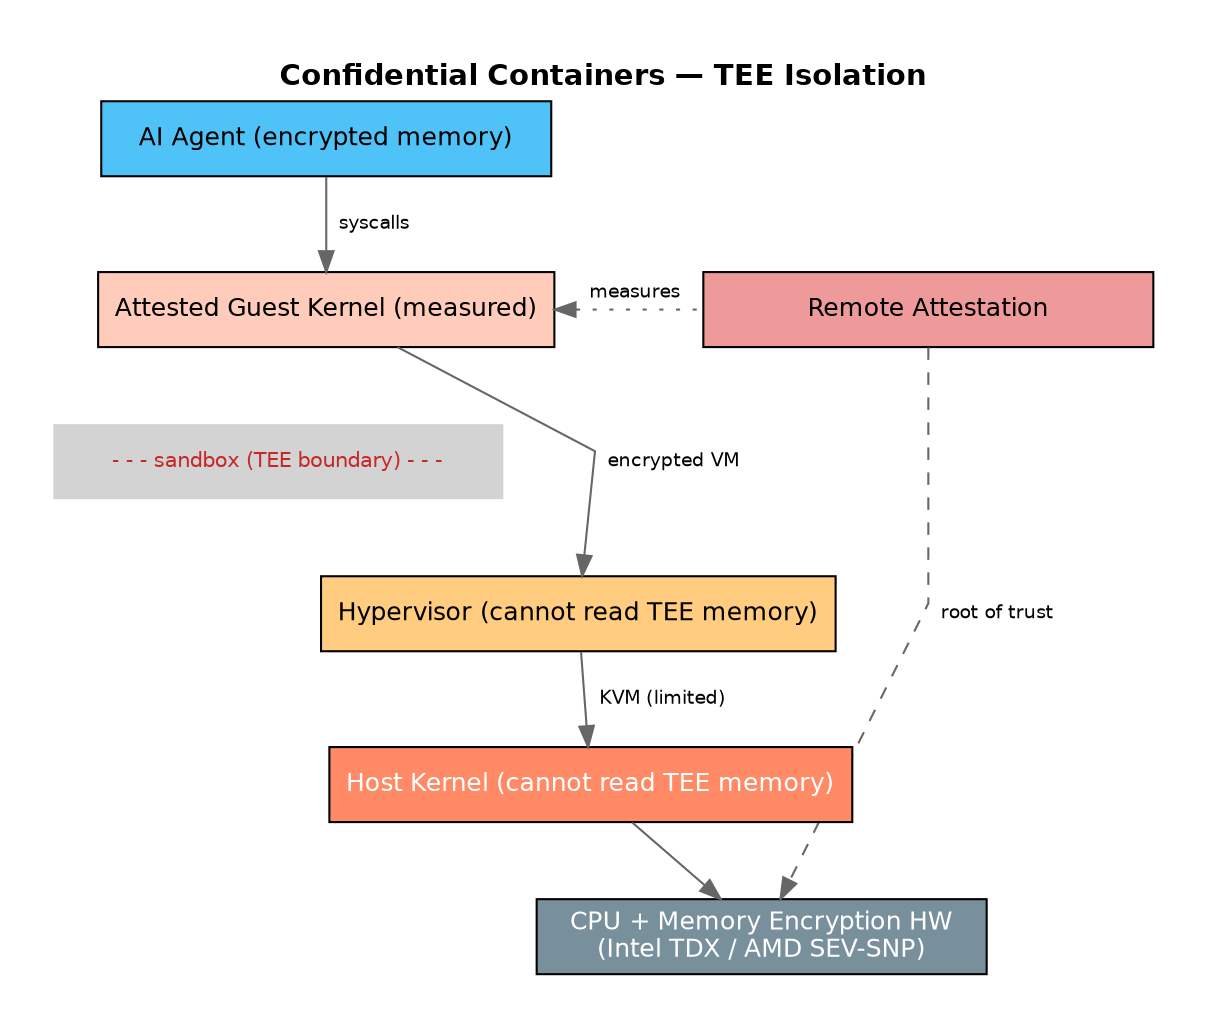
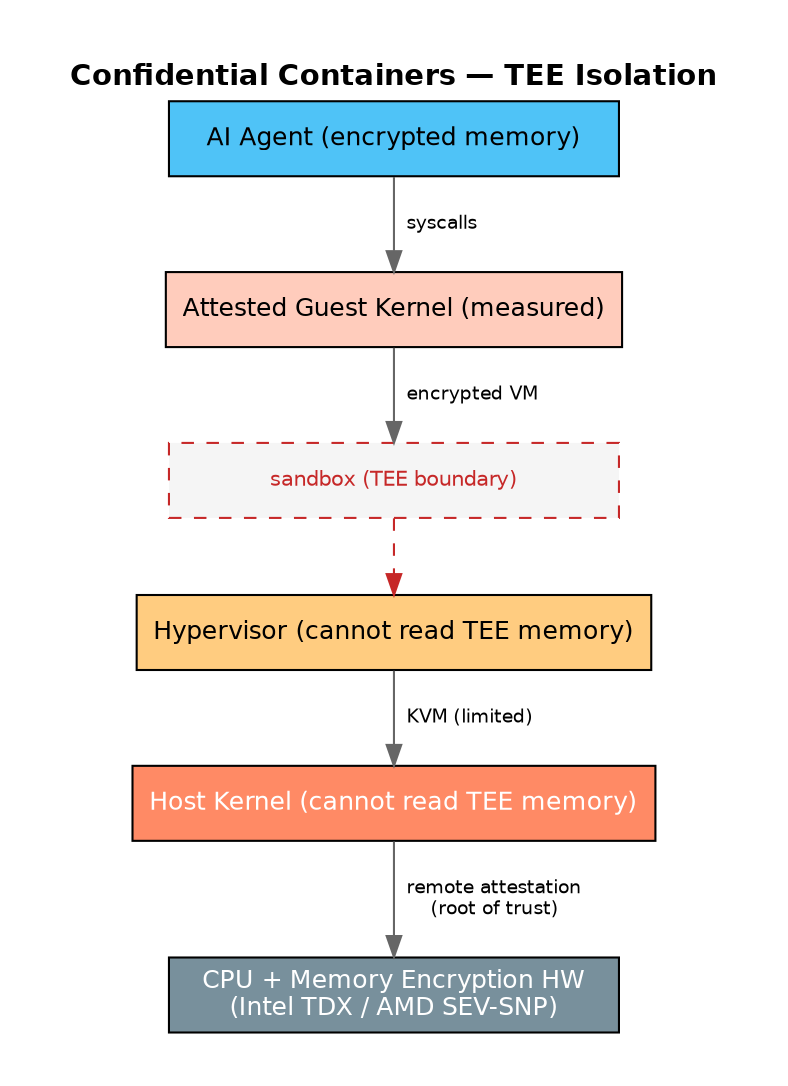
digraph CoCo {
  rankdir=TB;
  splines=false;
  nodesep=0.3;
  ranksep=0.5;
  bgcolor="white";
  margin=0.3;

  node [shape=box, style="filled", fontname="Helvetica", fontsize=12, width=3, height=0.5];
  edge [fontname="Helvetica", fontsize=9, color="#666666"];

  label="Confidential Containers — TEE Isolation";
  labelloc=t;
  fontsize=14;
  fontname="Helvetica-Bold";

  agent [label="AI Agent (encrypted memory)", fillcolor="#4FC3F7"];
  guest [label="Attested Guest Kernel (measured)", fillcolor="#FFCCBC"];
-   attestation [label="Remote Attestation", fillcolor="#EF9A9A"];
- 
-   sb_label [label="- - - sandbox (TEE boundary) - - -", shape=plaintext, fontsize=10, fontcolor="#C62828"];
- 
+   sb [label="sandbox (TEE boundary)", style="dashed,filled", fillcolor="#F5F5F5", fontcolor="#C62828", fontsize=10, color="#C62828"];
  vmm [label="Hypervisor (cannot read TEE memory)", fillcolor="#FFCC80"];
  kernel [label="Host Kernel (cannot read TEE memory)", fillcolor="#FF8A65", fontcolor=white];
  hw [label="CPU + Memory Encryption HW\n(Intel TDX / AMD SEV-SNP)", fillcolor="#78909C", fontcolor=white];

  agent -> guest [label="  syscalls"];
-   {rank=same; guest; attestation}
-   guest -> attestation [style=dotted, dir=back, label="  measures"];
-   guest -> sb_label [style=invis];
-   sb_label -> vmm [style=invis];
-   guest -> vmm [label="  encrypted VM"];
+   guest -> sb [label="  encrypted VM"];
+   sb -> vmm [style=dashed, color="#C62828"];
  vmm -> kernel [label="  KVM (limited)"];
-   kernel -> hw;
-   attestation -> hw [style=dashed, label="  root of trust"];
+   kernel -> hw [label="  remote attestation\n  (root of trust)"];
}
